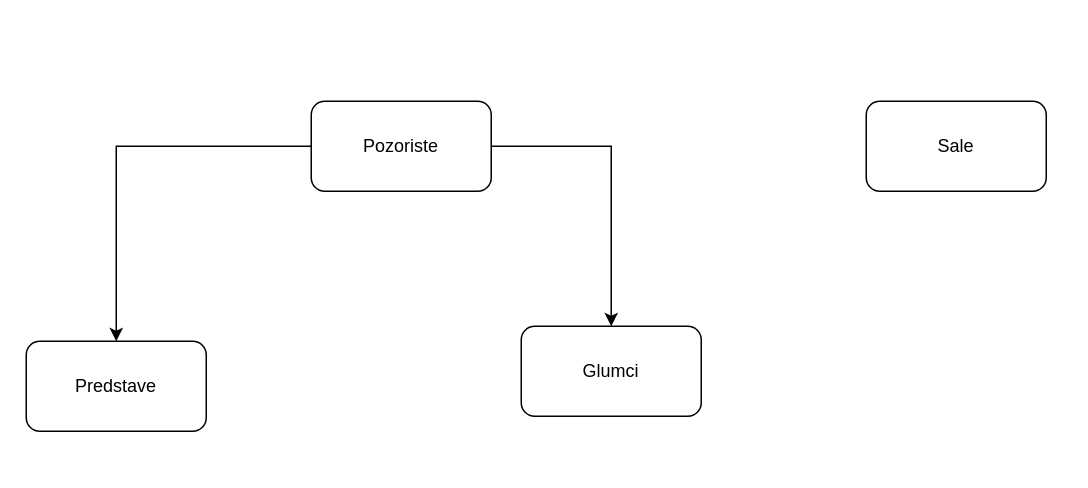
The draw.io diagram Untitled Diagram.drawio in stashat/Test, before the edit. Source tidied: cells renumbered, new cells numbered last; positions are measured from the earlier drawing's top-left corner, leaving out a move shared by most shapes. Both pictures are drawn from the tidied source at 150%, with x=0, y=0 at pixel (26, 100).
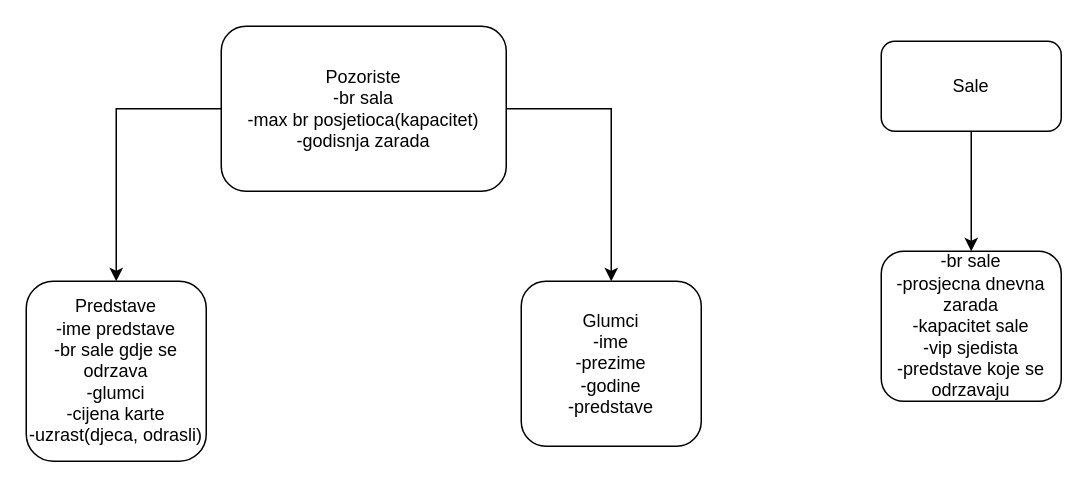
Above is the later version.

What changed in the source:
```diff
@@
 <mxGraphModel>
   <root>
     <mxCell id="0" />
     <mxCell id="1" parent="0" />
     <mxCell id="2" style="edgeStyle=orthogonalEdgeStyle;rounded=0;jettySize=auto;html=1;" parent="1" edge="1" source="4" target="6">
       <mxGeometry relative="1" as="geometry" />
     </mxCell>
     <mxCell id="3" style="edgeStyle=orthogonalEdgeStyle;rounded=0;jettySize=auto;html=1;" parent="1" edge="1" source="4" target="7">
       <mxGeometry relative="1" as="geometry" />
     </mxCell>
-    <mxCell id="4" value="Pozoriste" style="rounded=1;whiteSpace=wrap;html=1;" parent="1" vertex="1">
-      <mxGeometry x="190" width="120" height="60" as="geometry" />
+    <mxCell id="4" value="Pozoriste&lt;br&gt;-br sala&lt;br&gt;-max br posjetioca(kapacitet)&lt;br&gt;-godisnja zarada" style="rounded=1;whiteSpace=wrap;html=1;" parent="1" vertex="1">
+      <mxGeometry x="130" y="-50" width="190" height="110" as="geometry" />
     </mxCell>
+    <mxCell id="8" style="edgeStyle=orthogonalEdgeStyle;rounded=0;jettySize=auto;html=1;" parent="1" edge="1" source="5" target="9">
+      <mxGeometry relative="1" as="geometry" />
+    </mxCell>
     <mxCell id="5" value="Sale" style="rounded=1;whiteSpace=wrap;html=1;" parent="1" vertex="1">
-      <mxGeometry x="560" width="120" height="60" as="geometry" />
+      <mxGeometry x="570" y="-40" width="120" height="60" as="geometry" />
     </mxCell>
-    <mxCell id="6" value="Predstave" style="rounded=1;whiteSpace=wrap;html=1;" parent="1" vertex="1">
-      <mxGeometry y="160" width="120" height="60" as="geometry" />
+    <mxCell id="6" value="Predstave&lt;br&gt;-ime predstave&lt;br&gt;-br sale gdje se odrzava&lt;br&gt;-glumci&lt;br&gt;-cijena karte&lt;br&gt;-uzrast(djeca, odrasli)" style="rounded=1;whiteSpace=wrap;html=1;" parent="1" vertex="1">
+      <mxGeometry y="120" width="120" height="120" as="geometry" />
     </mxCell>
-    <mxCell id="7" value="Glumci" style="rounded=1;whiteSpace=wrap;html=1;" parent="1" vertex="1">
-      <mxGeometry x="330" y="150" width="120" height="60" as="geometry" />
+    <mxCell id="7" value="Glumci&lt;br&gt;-ime&lt;br&gt;-prezime&lt;br&gt;-godine&lt;br&gt;-predstave" style="rounded=1;whiteSpace=wrap;html=1;" parent="1" vertex="1">
+      <mxGeometry x="330" y="120" width="120" height="110" as="geometry" />
     </mxCell>
+    <mxCell id="9" value="-br sale&lt;br&gt;-prosjecna dnevna zarada&lt;br&gt;-kapacitet sale&lt;br&gt;-vip sjedista&lt;br&gt;-predstave koje se odrzavaju" style="whiteSpace=wrap;html=1;rounded=1;" parent="1" vertex="1">
+      <mxGeometry x="570" y="100" width="120" height="100" as="geometry" />
+    </mxCell>
   </root>
 </mxGraphModel>
```
